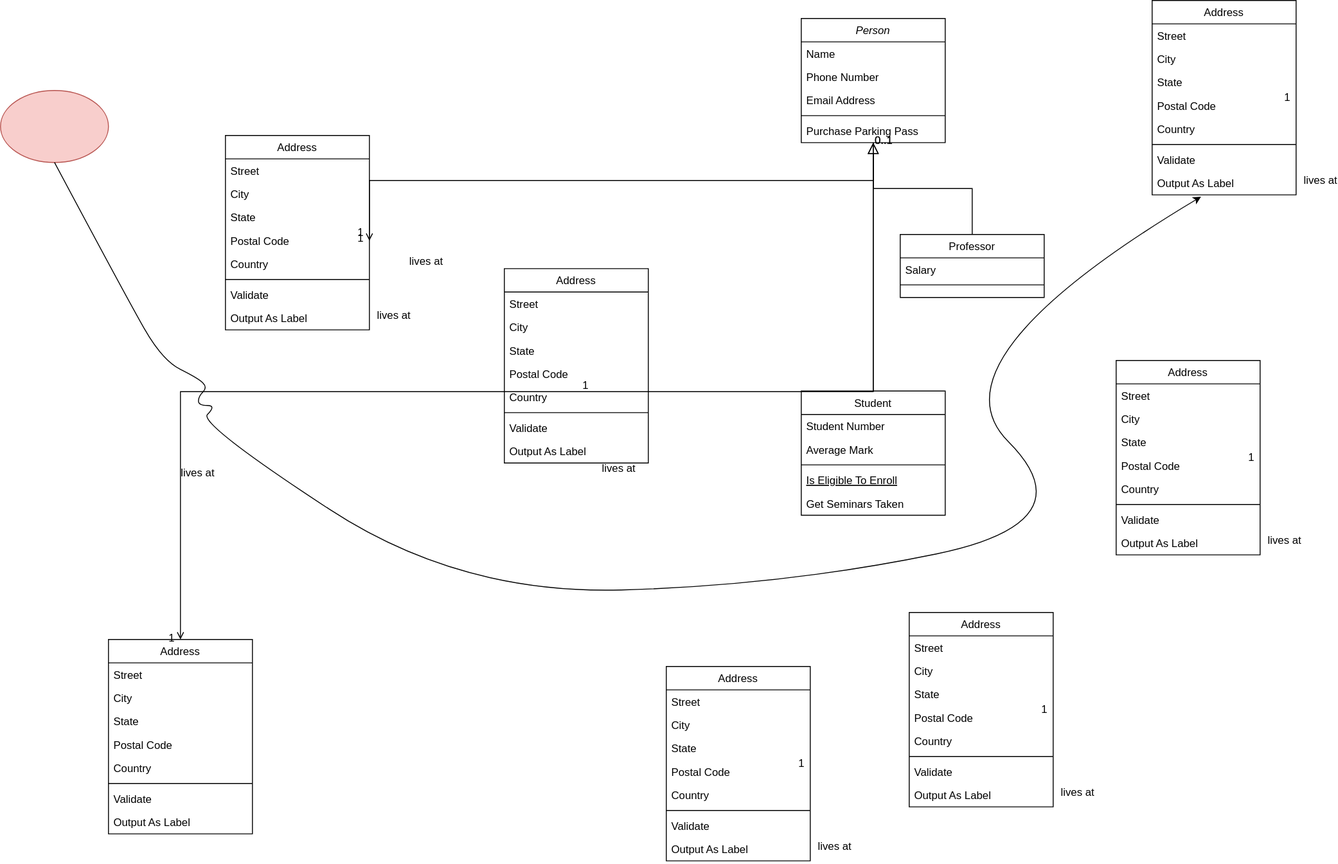
The draw.io diagram TestProgram.drawio.svg in Nuttph/FlowChartTestProgram, before a commit. Source tidied: cells renumbered, new cells last; positions are measured from the earlier drawing's top-left corner, leaving out a move shared by most shapes.
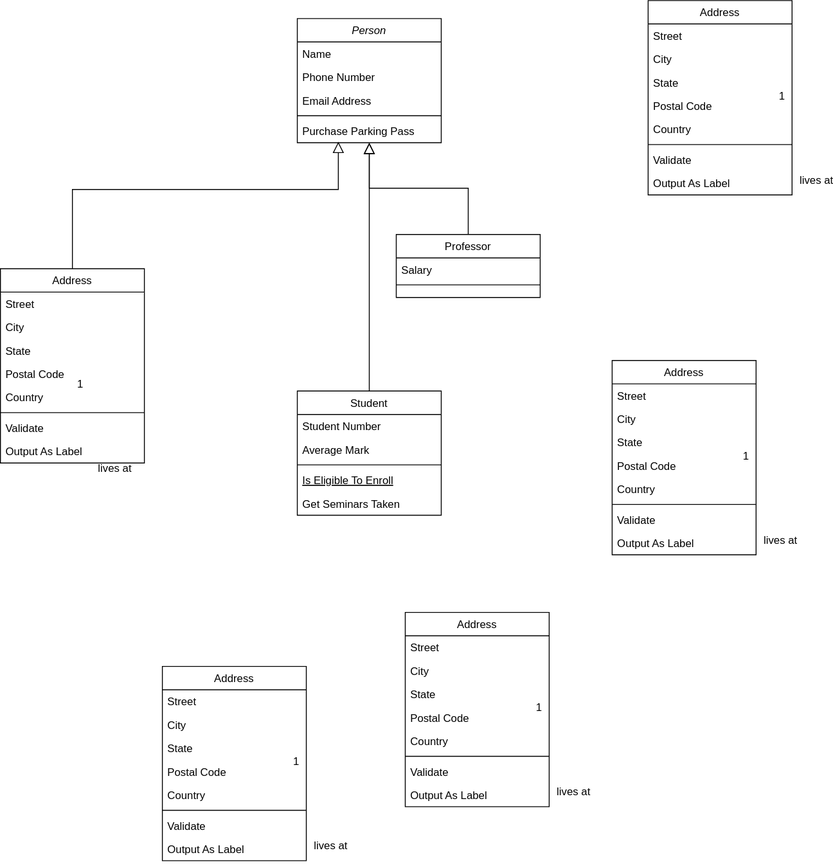
After the change.

Change to the diagram source:
```diff
@@ -53,53 +53,6 @@
     <mxCell id="18" style="endArrow=block;endSize=10;endFill=0;shadow=0;strokeWidth=1;rounded=0;edgeStyle=elbowEdgeStyle;elbow=vertical;" parent="1" edge="1" source="15" target="2">
       <mxGeometry relative="1" as="geometry" />
     </mxCell>
-    <mxCell id="19" value="Address" style="swimlane;fontStyle=0;align=center;verticalAlign=top;horizontal=1;startSize=26;rounded=0;shadow=0;strokeWidth=1;" parent="1" vertex="1">
-      <mxGeometry x="120" y="710" width="160" height="216" as="geometry" />
-    </mxCell>
-    <mxCell id="20" value="Street" style="text;align=left;verticalAlign=top;spacingLeft=4;spacingRight=4;overflow=hidden;" parent="19" vertex="1">
-      <mxGeometry y="26" width="160" height="26" as="geometry" />
-    </mxCell>
-    <mxCell id="21" value="City" style="text;align=left;verticalAlign=top;spacingLeft=4;spacingRight=4;overflow=hidden;rounded=0;shadow=0;html=0;" parent="19" vertex="1">
-      <mxGeometry y="52" width="160" height="26" as="geometry" />
-    </mxCell>
-    <mxCell id="22" value="State" style="text;align=left;verticalAlign=top;spacingLeft=4;spacingRight=4;overflow=hidden;rounded=0;shadow=0;html=0;" parent="19" vertex="1">
-      <mxGeometry y="78" width="160" height="26" as="geometry" />
-    </mxCell>
-    <mxCell id="23" value="Postal Code" style="text;align=left;verticalAlign=top;spacingLeft=4;spacingRight=4;overflow=hidden;rounded=0;shadow=0;html=0;" parent="19" vertex="1">
-      <mxGeometry y="104" width="160" height="26" as="geometry" />
-    </mxCell>
-    <mxCell id="24" value="Country" style="text;align=left;verticalAlign=top;spacingLeft=4;spacingRight=4;overflow=hidden;rounded=0;shadow=0;html=0;" parent="19" vertex="1">
-      <mxGeometry y="130" width="160" height="26" as="geometry" />
-    </mxCell>
-    <mxCell id="25" style="line;html=1;strokeWidth=1;align=left;verticalAlign=middle;spacingTop=-1;spacingLeft=3;spacingRight=3;labelPosition=right;" parent="19" vertex="1">
-      <mxGeometry y="156" width="160" height="8" as="geometry" />
-    </mxCell>
-    <mxCell id="26" value="Validate" style="text;align=left;verticalAlign=top;spacingLeft=4;spacingRight=4;overflow=hidden;" parent="19" vertex="1">
-      <mxGeometry y="164" width="160" height="26" as="geometry" />
-    </mxCell>
-    <mxCell id="27" value="Output As Label" style="text;align=left;verticalAlign=top;spacingLeft=4;spacingRight=4;overflow=hidden;" parent="19" vertex="1">
-      <mxGeometry y="190" width="160" height="26" as="geometry" />
-    </mxCell>
-    <mxCell id="28" style="endArrow=open;shadow=0;strokeWidth=1;rounded=0;endFill=1;edgeStyle=elbowEdgeStyle;elbow=vertical;" parent="1" edge="1" source="2" target="19">
-      <mxGeometry x="0.5" y="41" relative="1" as="geometry">
-        <mxPoint x="-40" y="32" as="offset" />
-      </mxGeometry>
-    </mxCell>
-    <mxCell id="29" value="0..1" style="align=left;verticalAlign=bottom;labelBackgroundColor=none;fontSize=12;" parent="28" vertex="1">
-      <mxGeometry x="-1" relative="1" as="geometry">
-        <mxPoint y="4" as="offset" />
-      </mxGeometry>
-    </mxCell>
-    <mxCell id="30" value="1" style="align=right;verticalAlign=bottom;labelBackgroundColor=none;fontSize=12;" parent="28" vertex="1">
-      <mxGeometry x="1" relative="1" as="geometry">
-        <mxPoint x="-7" y="4" as="offset" />
-      </mxGeometry>
-    </mxCell>
-    <mxCell id="31" value="lives at" style="text;html=1;align=center;verticalAlign=middle;labelBackgroundColor=none;rounded=0;shadow=0;strokeWidth=1;fontSize=12;" parent="28" vertex="1">
-      <mxGeometry x="0.5" y="49" relative="1" as="geometry">
-        <mxPoint x="-38" y="40" as="offset" />
-      </mxGeometry>
-    </mxCell>
     <mxCell id="32" value="Address" style="swimlane;fontStyle=0;align=center;verticalAlign=top;horizontal=1;startSize=26;rounded=0;shadow=0;strokeWidth=1;" parent="1" vertex="1">
       <mxGeometry x="560" y="298" width="160" height="216" as="geometry" />
     </mxCell>
@@ -265,84 +218,12 @@
     <mxCell id="86" value="lives at" style="text;html=1;align=center;verticalAlign=middle;labelBackgroundColor=none;rounded=0;shadow=0;strokeWidth=1;fontSize=12;" parent="1" vertex="1">
       <mxGeometry x="926" y="939" as="geometry" />
     </mxCell>
-    <mxCell id="87" value="Address" style="swimlane;fontStyle=0;align=center;verticalAlign=top;horizontal=1;startSize=26;rounded=0;shadow=0;strokeWidth=1;" parent="1" vertex="1">
-      <mxGeometry x="250" y="150" width="160" height="216" as="geometry" />
-    </mxCell>
-    <mxCell id="88" value="Street" style="text;align=left;verticalAlign=top;spacingLeft=4;spacingRight=4;overflow=hidden;" parent="87" vertex="1">
-      <mxGeometry y="26" width="160" height="26" as="geometry" />
-    </mxCell>
-    <mxCell id="89" value="City" style="text;align=left;verticalAlign=top;spacingLeft=4;spacingRight=4;overflow=hidden;rounded=0;shadow=0;html=0;" parent="87" vertex="1">
-      <mxGeometry y="52" width="160" height="26" as="geometry" />
-    </mxCell>
-    <mxCell id="90" value="State" style="text;align=left;verticalAlign=top;spacingLeft=4;spacingRight=4;overflow=hidden;rounded=0;shadow=0;html=0;" parent="87" vertex="1">
-      <mxGeometry y="78" width="160" height="26" as="geometry" />
-    </mxCell>
-    <mxCell id="91" value="Postal Code" style="text;align=left;verticalAlign=top;spacingLeft=4;spacingRight=4;overflow=hidden;points=[[0,0.5],[1,0.5]];portConstraint=eastwest;rounded=0;shadow=0;html=0;" parent="87" vertex="1">
-      <mxGeometry y="104" width="160" height="26" as="geometry" />
-    </mxCell>
-    <mxCell id="92" value="Country" style="text;align=left;verticalAlign=top;spacingLeft=4;spacingRight=4;overflow=hidden;rounded=0;shadow=0;html=0;" parent="87" vertex="1">
-      <mxGeometry y="130" width="160" height="26" as="geometry" />
-    </mxCell>
-    <mxCell id="93" style="line;html=1;strokeWidth=1;align=left;verticalAlign=middle;spacingTop=-1;spacingLeft=3;spacingRight=3;labelPosition=right;" parent="87" vertex="1">
-      <mxGeometry y="156" width="160" height="8" as="geometry" />
-    </mxCell>
-    <mxCell id="94" value="Validate" style="text;align=left;verticalAlign=top;spacingLeft=4;spacingRight=4;overflow=hidden;" parent="87" vertex="1">
-      <mxGeometry y="164" width="160" height="26" as="geometry" />
-    </mxCell>
-    <mxCell id="95" value="Output As Label" style="text;align=left;verticalAlign=top;spacingLeft=4;spacingRight=4;overflow=hidden;" parent="87" vertex="1">
-      <mxGeometry y="190" width="160" height="26" as="geometry" />
-    </mxCell>
-    <mxCell id="96" value="1" style="align=right;verticalAlign=bottom;labelBackgroundColor=none;fontSize=12;" parent="1" vertex="1">
-      <mxGeometry x="403" y="264" as="geometry" />
-    </mxCell>
-    <mxCell id="97" value="lives at" style="text;html=1;align=center;verticalAlign=middle;labelBackgroundColor=none;rounded=0;shadow=0;strokeWidth=1;fontSize=12;" parent="1" vertex="1">
-      <mxGeometry x="436" y="349" as="geometry" />
-    </mxCell>
-    <mxCell id="98" style="endArrow=open;shadow=0;strokeWidth=1;rounded=0;endFill=1;edgeStyle=elbowEdgeStyle;elbow=vertical;entryX=1;entryY=0.5;entryDx=0;entryDy=0;" parent="1" edge="1" source="7" target="91">
-      <mxGeometry x="0.5" y="41" relative="1" as="geometry">
-        <Array as="points">
-          <mxPoint x="660" y="200" />
-        </Array>
-        <mxPoint x="-40" y="32" as="offset" />
-      </mxGeometry>
-    </mxCell>
-    <mxCell id="99" value="0..1" style="align=left;verticalAlign=bottom;labelBackgroundColor=none;fontSize=12;" parent="98" vertex="1">
-      <mxGeometry x="-1" relative="1" as="geometry">
-        <mxPoint y="4" as="offset" />
-      </mxGeometry>
-    </mxCell>
-    <mxCell id="100" value="1" style="align=right;verticalAlign=bottom;labelBackgroundColor=none;fontSize=12;" parent="98" vertex="1">
-      <mxGeometry x="1" relative="1" as="geometry">
-        <mxPoint x="-7" y="4" as="offset" />
-      </mxGeometry>
-    </mxCell>
-    <mxCell id="101" value="lives at" style="text;html=1;align=center;verticalAlign=middle;labelBackgroundColor=none;rounded=0;shadow=0;strokeWidth=1;fontSize=12;" parent="98" vertex="1">
-      <mxGeometry x="0.5" y="49" relative="1" as="geometry">
-        <mxPoint x="-38" y="40" as="offset" />
-      </mxGeometry>
-    </mxCell>
-    <mxCell id="102" style="ellipse;whiteSpace=wrap;html=1;fillColor=#f8cecc;strokeColor=#b85450;" parent="1" vertex="1">
-      <mxGeometry y="100" width="120" height="80" as="geometry" />
-    </mxCell>
-    <mxCell id="103" style="curved=1;endArrow=classic;html=1;rounded=0;exitX=0.5;exitY=1;exitDx=0;exitDy=0;entryX=0.465;entryY=1.077;entryDx=0;entryDy=0;entryPerimeter=0;" parent="1" edge="1">
-      <mxGeometry relative="1" as="geometry">
-        <mxPoint x="60" y="180" as="sourcePoint" />
-        <mxPoint x="1334.4" y="218" as="targetPoint" />
-        <Array as="points">
-          <mxPoint x="140" y="330" />
-          <mxPoint x="180" y="400" />
-          <mxPoint x="220" y="420" />
-          <mxPoint x="230" y="430" />
-          <mxPoint x="220" y="440" />
-          <mxPoint x="220" y="450" />
-          <mxPoint x="240" y="450" />
-          <mxPoint x="220" y="470" />
-          <mxPoint x="510" y="660" />
-          <mxPoint x="870" y="650" />
-          <mxPoint x="1210" y="580" />
-          <mxPoint x="1030" y="400" />
-        </Array>
-      </mxGeometry>
-    </mxCell>
+    <mxCell id="104" style="endArrow=block;endSize=10;endFill=0;shadow=0;strokeWidth=1;rounded=0;edgeStyle=elbowEdgeStyle;elbow=vertical;exitX=0.5;exitY=0;exitDx=0;exitDy=0;entryX=0.285;entryY=0.956;entryDx=0;entryDy=0;entryPerimeter=0;" parent="1" edge="1" source="32" target="7">
+      <mxGeometry relative="1" as="geometry">
+        <Array as="points">
+          <mxPoint x="770" y="210" />
+        </Array>
+      </mxGeometry>
+    </mxCell>
   </root>
 </mxGraphModel>
```
